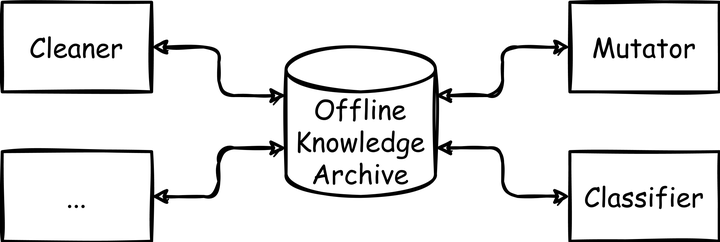
Earlier version of the draw.io export img-readme/detailed-off.png (Y1fanHE/kdps-arm). Source tidied: cells renumbered, new cells last; positions are measured from the earlier drawing's top-left corner, leaving out a move shared by most shapes. Its diagram source:
```xml
<mxGraphModel>
  <root>
    <mxCell id="0" />
    <mxCell id="1" parent="0" />
    <mxCell id="2" style="group;" parent="1" vertex="1">
      <mxGeometry width="480" height="160" as="geometry" />
    </mxCell>
    <mxCell id="3" value="&lt;div style=&quot;font-size: 18px&quot;&gt;Offline&lt;/div&gt;&lt;div style=&quot;font-size: 18px&quot;&gt;Knowledge&lt;/div&gt;&lt;div style=&quot;font-size: 18px&quot;&gt;Archive&lt;/div&gt;" style="shape=cylinder3;whiteSpace=wrap;html=1;boundedLbl=1;backgroundOutline=1;size=15;fontFamily=Comic Sans MS;fontSize=18;sketch=1;strokeWidth=2;" parent="2" vertex="1">
      <mxGeometry x="190" y="30" width="100" height="100" as="geometry" />
    </mxCell>
    <mxCell id="4" value="Mutator" style="rounded=0;whiteSpace=wrap;html=1;fontFamily=Comic Sans MS;fontSize=18;sketch=1;strokeWidth=2;" parent="2" vertex="1">
      <mxGeometry x="380" width="100" height="60" as="geometry" />
    </mxCell>
    <mxCell id="5" style="edgeStyle=orthogonalEdgeStyle;rounded=1;sketch=1;jettySize=auto;html=1;fontFamily=Comic Sans MS;fontSize=18;startArrow=classic;startFill=1;strokeWidth=2;entryX=0;entryY=0.5;entryDx=0;entryDy=0;exitX=1;exitY=0;exitDx=0;exitDy=32.5;exitPerimeter=0;" parent="2" edge="1" source="3" target="4">
      <mxGeometry relative="1" as="geometry" />
    </mxCell>
    <mxCell id="6" value="Classifier" style="rounded=0;whiteSpace=wrap;html=1;fontFamily=Comic Sans MS;fontSize=18;sketch=1;strokeWidth=2;" parent="2" vertex="1">
      <mxGeometry x="380" y="100" width="100" height="60" as="geometry" />
    </mxCell>
    <mxCell id="7" style="edgeStyle=orthogonalEdgeStyle;rounded=1;sketch=1;jettySize=auto;html=1;fontFamily=Comic Sans MS;fontSize=18;startArrow=classic;startFill=1;strokeWidth=2;exitX=1;exitY=0;exitDx=0;exitDy=67.5;exitPerimeter=0;" parent="2" edge="1" source="3" target="6">
      <mxGeometry relative="1" as="geometry" />
    </mxCell>
    <mxCell id="8" style="edgeStyle=orthogonalEdgeStyle;sketch=1;jettySize=auto;html=1;fontFamily=Comic Sans MS;fontSize=18;strokeWidth=2;entryX=0;entryY=0;entryDx=0;entryDy=32.5;entryPerimeter=0;rounded=1;startArrow=classic;startFill=1;" parent="2" edge="1" source="9" target="3">
      <mxGeometry relative="1" as="geometry">
        <Array as="points">
          <mxPoint x="145" y="30" />
          <mxPoint x="145" y="63" />
        </Array>
      </mxGeometry>
    </mxCell>
    <mxCell id="9" value="Cleaner" style="rounded=0;whiteSpace=wrap;html=1;fontFamily=Comic Sans MS;fontSize=18;sketch=1;strokeWidth=2;" parent="2" vertex="1">
      <mxGeometry width="100" height="60" as="geometry" />
    </mxCell>
    <mxCell id="10" style="edgeStyle=orthogonalEdgeStyle;rounded=1;sketch=1;jettySize=auto;html=1;fontFamily=Comic Sans MS;fontSize=18;startArrow=classic;startFill=1;strokeWidth=2;entryX=0;entryY=0;entryDx=0;entryDy=67.5;entryPerimeter=0;" parent="2" edge="1" source="11" target="3">
      <mxGeometry relative="1" as="geometry" />
    </mxCell>
    <mxCell id="11" value="..." style="rounded=0;whiteSpace=wrap;html=1;fontFamily=Comic Sans MS;fontSize=18;sketch=1;strokeWidth=2;" parent="2" vertex="1">
      <mxGeometry y="100" width="100" height="60" as="geometry" />
    </mxCell>
  </root>
</mxGraphModel>
```
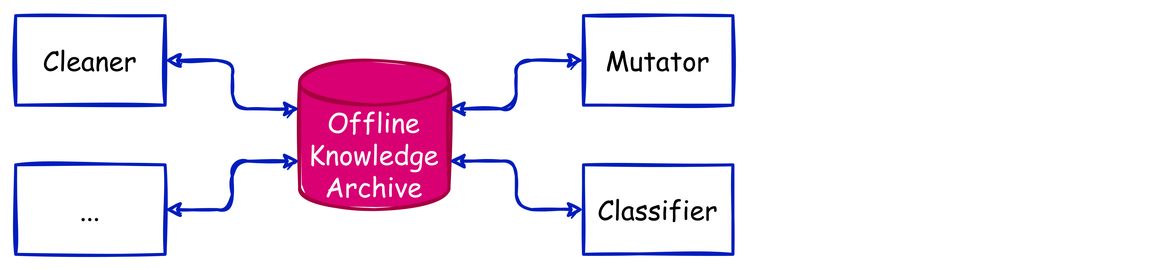
After the commit.

Change to the diagram source:
```diff
@@ -3,39 +3,42 @@
     <mxCell id="0" />
     <mxCell id="1" parent="0" />
     <mxCell id="2" style="group;" parent="1" vertex="1">
-      <mxGeometry width="480" height="160" as="geometry" />
+      <mxGeometry width="780" height="180" as="geometry" />
     </mxCell>
-    <mxCell id="3" value="&lt;div style=&quot;font-size: 18px&quot;&gt;Offline&lt;/div&gt;&lt;div style=&quot;font-size: 18px&quot;&gt;Knowledge&lt;/div&gt;&lt;div style=&quot;font-size: 18px&quot;&gt;Archive&lt;/div&gt;" style="shape=cylinder3;whiteSpace=wrap;html=1;boundedLbl=1;backgroundOutline=1;size=15;fontFamily=Comic Sans MS;fontSize=18;sketch=1;strokeWidth=2;" parent="2" vertex="1">
-      <mxGeometry x="190" y="30" width="100" height="100" as="geometry" />
+    <mxCell id="3" style="rounded=0;whiteSpace=wrap;html=1;strokeColor=none;fillColor=none;" parent="2" vertex="1">
+      <mxGeometry width="780" height="180" as="geometry" />
     </mxCell>
-    <mxCell id="4" value="Mutator" style="rounded=0;whiteSpace=wrap;html=1;fontFamily=Comic Sans MS;fontSize=18;sketch=1;strokeWidth=2;" parent="2" vertex="1">
-      <mxGeometry x="380" width="100" height="60" as="geometry" />
+    <mxCell id="4" value="&lt;div style=&quot;font-size: 18px&quot;&gt;Offline&lt;/div&gt;&lt;div style=&quot;font-size: 18px&quot;&gt;Knowledge&lt;/div&gt;&lt;div style=&quot;font-size: 18px&quot;&gt;Archive&lt;/div&gt;" style="shape=cylinder3;whiteSpace=wrap;html=1;boundedLbl=1;backgroundOutline=1;size=15;fontFamily=Comic Sans MS;fontSize=18;sketch=1;strokeWidth=2;fillColor=#d80073;fontColor=#ffffff;strokeColor=#A50040;fillStyle=solid;" parent="2" vertex="1">
+      <mxGeometry x="200" y="40" width="100" height="100" as="geometry" />
     </mxCell>
-    <mxCell id="5" style="edgeStyle=orthogonalEdgeStyle;rounded=1;sketch=1;jettySize=auto;html=1;fontFamily=Comic Sans MS;fontSize=18;startArrow=classic;startFill=1;strokeWidth=2;entryX=0;entryY=0.5;entryDx=0;entryDy=0;exitX=1;exitY=0;exitDx=0;exitDy=32.5;exitPerimeter=0;" parent="2" edge="1" source="3" target="4">
-      <mxGeometry relative="1" as="geometry" />
+    <mxCell id="5" value="Mutator" style="rounded=0;whiteSpace=wrap;html=1;fontFamily=Comic Sans MS;fontSize=18;sketch=1;strokeWidth=2;fillColor=none;fontColor=default;strokeColor=#001DBC;" parent="2" vertex="1">
+      <mxGeometry x="390" y="10" width="100" height="60" as="geometry" />
     </mxCell>
-    <mxCell id="6" value="Classifier" style="rounded=0;whiteSpace=wrap;html=1;fontFamily=Comic Sans MS;fontSize=18;sketch=1;strokeWidth=2;" parent="2" vertex="1">
-      <mxGeometry x="380" y="100" width="100" height="60" as="geometry" />
+    <mxCell id="6" style="edgeStyle=orthogonalEdgeStyle;rounded=1;sketch=1;jettySize=auto;html=1;fontFamily=Comic Sans MS;fontSize=18;startArrow=classic;startFill=1;strokeWidth=2;entryX=0;entryY=0.5;entryDx=0;entryDy=0;exitX=1;exitY=0;exitDx=0;exitDy=32.5;exitPerimeter=0;fillColor=#0050ef;strokeColor=#001DBC;fontColor=default;" parent="2" edge="1" source="4" target="5">
+      <mxGeometry relative="1" as="geometry" />
     </mxCell>
-    <mxCell id="7" style="edgeStyle=orthogonalEdgeStyle;rounded=1;sketch=1;jettySize=auto;html=1;fontFamily=Comic Sans MS;fontSize=18;startArrow=classic;startFill=1;strokeWidth=2;exitX=1;exitY=0;exitDx=0;exitDy=67.5;exitPerimeter=0;" parent="2" edge="1" source="3" target="6">
-      <mxGeometry relative="1" as="geometry" />
+    <mxCell id="7" value="Classifier" style="rounded=0;whiteSpace=wrap;html=1;fontFamily=Comic Sans MS;fontSize=18;sketch=1;strokeWidth=2;fillColor=none;fontColor=default;strokeColor=#001DBC;" parent="2" vertex="1">
+      <mxGeometry x="390" y="110" width="100" height="60" as="geometry" />
     </mxCell>
-    <mxCell id="8" style="edgeStyle=orthogonalEdgeStyle;sketch=1;jettySize=auto;html=1;fontFamily=Comic Sans MS;fontSize=18;strokeWidth=2;entryX=0;entryY=0;entryDx=0;entryDy=32.5;entryPerimeter=0;rounded=1;startArrow=classic;startFill=1;" parent="2" edge="1" source="9" target="3">
-      <mxGeometry relative="1" as="geometry">
-        <Array as="points">
-          <mxPoint x="145" y="30" />
-          <mxPoint x="145" y="63" />
-        </Array>
-      </mxGeometry>
+    <mxCell id="8" style="edgeStyle=orthogonalEdgeStyle;rounded=1;sketch=1;jettySize=auto;html=1;fontFamily=Comic Sans MS;fontSize=18;startArrow=classic;startFill=1;strokeWidth=2;exitX=1;exitY=0;exitDx=0;exitDy=67.5;exitPerimeter=0;fillColor=#0050ef;strokeColor=#001DBC;fontColor=default;" parent="2" edge="1" source="4" target="7">
+      <mxGeometry relative="1" as="geometry" />
     </mxCell>
-    <mxCell id="9" value="Cleaner" style="rounded=0;whiteSpace=wrap;html=1;fontFamily=Comic Sans MS;fontSize=18;sketch=1;strokeWidth=2;" parent="2" vertex="1">
-      <mxGeometry width="100" height="60" as="geometry" />
+    <mxCell id="9" style="edgeStyle=orthogonalEdgeStyle;sketch=1;jettySize=auto;html=1;fontFamily=Comic Sans MS;fontSize=18;strokeWidth=2;entryX=0;entryY=0;entryDx=0;entryDy=32.5;entryPerimeter=0;rounded=1;startArrow=classic;startFill=1;fillColor=#0050ef;strokeColor=#001DBC;fontColor=default;" parent="2" edge="1" source="10" target="4">
+      <mxGeometry relative="1" as="geometry">
+        <Array as="points">
+          <mxPoint x="155" y="40" />
+          <mxPoint x="155" y="73" />
+        </Array>
+      </mxGeometry>
     </mxCell>
-    <mxCell id="10" style="edgeStyle=orthogonalEdgeStyle;rounded=1;sketch=1;jettySize=auto;html=1;fontFamily=Comic Sans MS;fontSize=18;startArrow=classic;startFill=1;strokeWidth=2;entryX=0;entryY=0;entryDx=0;entryDy=67.5;entryPerimeter=0;" parent="2" edge="1" source="11" target="3">
-      <mxGeometry relative="1" as="geometry" />
+    <mxCell id="10" value="Cleaner" style="rounded=0;whiteSpace=wrap;html=1;fontFamily=Comic Sans MS;fontSize=18;sketch=1;strokeWidth=2;fillColor=none;fontColor=default;strokeColor=#001DBC;" parent="2" vertex="1">
+      <mxGeometry x="10" y="10" width="100" height="60" as="geometry" />
     </mxCell>
-    <mxCell id="11" value="..." style="rounded=0;whiteSpace=wrap;html=1;fontFamily=Comic Sans MS;fontSize=18;sketch=1;strokeWidth=2;" parent="2" vertex="1">
-      <mxGeometry y="100" width="100" height="60" as="geometry" />
+    <mxCell id="11" style="edgeStyle=orthogonalEdgeStyle;rounded=1;sketch=1;jettySize=auto;html=1;fontFamily=Comic Sans MS;fontSize=18;startArrow=classic;startFill=1;strokeWidth=2;entryX=0;entryY=0;entryDx=0;entryDy=67.5;entryPerimeter=0;fillColor=#0050ef;strokeColor=#001DBC;fontColor=default;" parent="2" edge="1" source="12" target="4">
+      <mxGeometry relative="1" as="geometry" />
     </mxCell>
+    <mxCell id="12" value="..." style="rounded=0;whiteSpace=wrap;html=1;fontFamily=Comic Sans MS;fontSize=18;sketch=1;strokeWidth=2;fillColor=none;fontColor=default;strokeColor=#001DBC;" parent="2" vertex="1">
+      <mxGeometry x="10" y="110" width="100" height="60" as="geometry" />
+    </mxCell>
   </root>
 </mxGraphModel>
```
